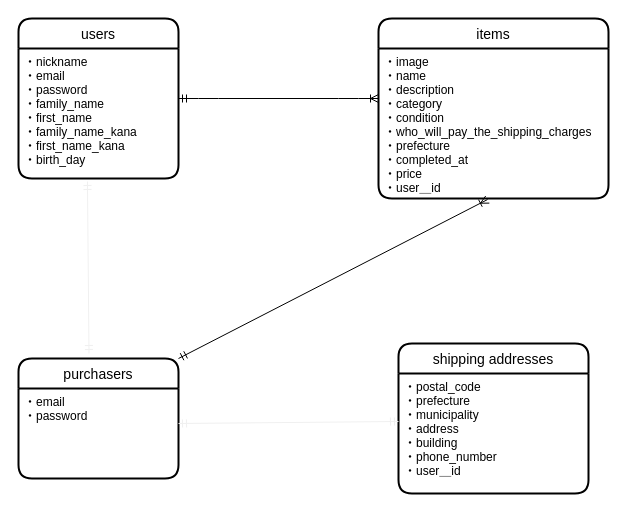
takuya20201003/furima-31519 keeps this draw.io diagram as app/views/furima-31519.dio. Above is the earlier version. Source tidied: cells renumbered, new cells numbered last; positions are measured from the earlier drawing's top-left corner, leaving out a move shared by most shapes. Both pictures are drawn from the tidied source at 100%, with x=0, y=0 at pixel (18, 18).
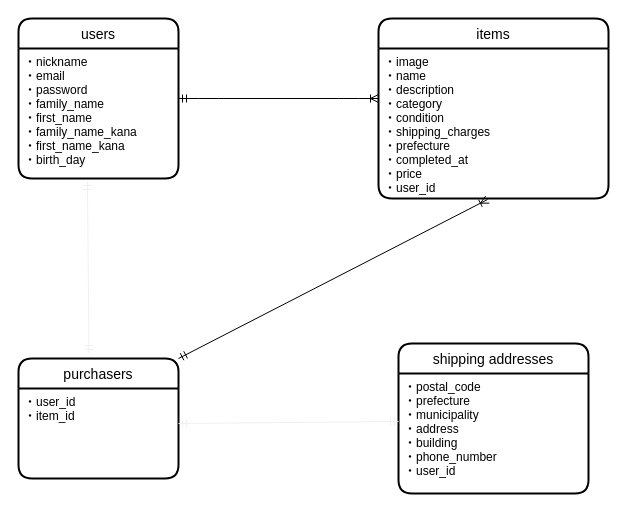
The same page after the edit.

Diff of the diagram source:
```diff
@@
 <mxGraphModel>
   <root>
     <mxCell id="0" />
     <mxCell id="1" parent="0" />
     <mxCell id="2" value="users" style="swimlane;horizontal=1;startSize=30;rounded=1;fontSize=14;fontStyle=0;strokeWidth=2;shadow=0;dashed=0;align=center;" parent="1" vertex="1">
       <mxGeometry width="160" height="160" as="geometry" />
     </mxCell>
     <mxCell id="3" value="・nickname&#10;・email&#10;・password&#10;・family_name&#10;・first_name&#10;・family_name_kana&#10;・first_name_kana&#10;・birth_day" style="align=left;strokeColor=none;fillColor=none;spacingLeft=4;fontSize=12;verticalAlign=top;" parent="2" vertex="1">
       <mxGeometry y="30" width="160" height="130" as="geometry" />
     </mxCell>
     <mxCell id="4" value="items" style="swimlane;horizontal=1;startSize=30;rounded=1;fontSize=14;fontStyle=0;strokeWidth=2;shadow=0;dashed=0;align=center;" parent="1" vertex="1">
       <mxGeometry x="360" width="230" height="180" as="geometry" />
     </mxCell>
-    <mxCell id="5" value="・image&#10;・name&#10;・description&#10;・category&#10;・condition&#10;・who_will_pay_the_shipping_charges&#10;・prefecture&#10;・completed_at&#10;・price&#10;・user＿id&#10;&#10;&#10;&#10;" style="align=left;strokeColor=none;fillColor=none;spacingLeft=4;fontSize=12;verticalAlign=top;" parent="4" vertex="1">
+    <mxCell id="5" value="・image&#10;・name&#10;・description&#10;・category&#10;・condition&#10;・shipping_charges&#10;・prefecture&#10;・completed_at&#10;・price&#10;・user_id&#10;&#10;&#10;&#10;" style="align=left;strokeColor=none;fillColor=none;spacingLeft=4;fontSize=12;verticalAlign=top;" parent="4" vertex="1">
       <mxGeometry y="30" width="230" height="150" as="geometry" />
     </mxCell>
     <mxCell id="6" value="shipping addresses" style="swimlane;horizontal=1;startSize=30;rounded=1;fontSize=14;fontStyle=0;strokeWidth=2;shadow=0;dashed=0;align=center;" parent="1" vertex="1">
       <mxGeometry x="380" y="325" width="190" height="150" as="geometry" />
     </mxCell>
-    <mxCell id="7" value="・postal_code&#10;・prefecture&#10;・municipality&#10;・address&#10;・building&#10;・phone_number&#10;・user＿id&#10;&#10;&#10;&#10;" style="align=left;strokeColor=none;fillColor=none;spacingLeft=4;fontSize=12;verticalAlign=top;" parent="6" vertex="1">
+    <mxCell id="7" value="・postal_code&#10;・prefecture&#10;・municipality&#10;・address&#10;・building&#10;・phone_number&#10;・user_id&#10;&#10;&#10;&#10;" style="align=left;strokeColor=none;fillColor=none;spacingLeft=4;fontSize=12;verticalAlign=top;" parent="6" vertex="1">
       <mxGeometry y="30" width="190" height="120" as="geometry" />
     </mxCell>
     <mxCell id="8" style="edgeStyle=entityRelationEdgeStyle;fontSize=12;html=1;endArrow=ERoneToMany;startArrow=ERmandOne;" parent="1" edge="1">
       <mxGeometry relative="1" as="geometry">
         <mxPoint x="160" y="80" as="sourcePoint" />
         <mxPoint x="360" y="80" as="targetPoint" />
       </mxGeometry>
     </mxCell>
     <mxCell id="9" value="purchasers" style="swimlane;horizontal=1;startSize=30;rounded=1;fontSize=14;fontStyle=0;strokeWidth=2;shadow=0;dashed=0;align=center;" parent="1" vertex="1">
       <mxGeometry y="340" width="160" height="120" as="geometry" />
     </mxCell>
-    <mxCell id="10" value="・email&#10;・password" style="align=left;strokeColor=none;fillColor=none;spacingLeft=4;fontSize=12;verticalAlign=top;whiteSpace=wrap;" parent="9" vertex="1">
+    <mxCell id="10" value="・user_id&#10;・item_id" style="align=left;strokeColor=none;fillColor=none;spacingLeft=4;fontSize=12;verticalAlign=top;whiteSpace=wrap;" parent="9" vertex="1">
       <mxGeometry y="30" width="160" height="90" as="geometry" />
     </mxCell>
     <mxCell id="11" style="fontSize=12;html=1;endArrow=ERmandOne;startArrow=ERmandOne;strokeColor=#f0f0f0;entryX=0.431;entryY=1.023;entryDx=0;entryDy=0;exitX=0.5;exitY=0;exitDx=0;exitDy=0;entryPerimeter=0;" parent="1" edge="1" target="3">
       <mxGeometry relative="1" as="geometry">
         <mxPoint x="70.5" y="335" as="sourcePoint" />
       </mxGeometry>
     </mxCell>
     <mxCell id="12" style="fontSize=12;html=1;endArrow=ERoneToMany;startArrow=ERmandOne;entryX=0.474;entryY=1.007;entryDx=0;entryDy=0;entryPerimeter=0;exitX=1;exitY=0;exitDx=0;exitDy=0;" parent="1" edge="1" source="9" target="5">
       <mxGeometry relative="1" as="geometry" />
     </mxCell>
     <mxCell id="13" style="fontSize=12;html=1;endArrow=ERmandOne;startArrow=ERmandOne;strokeColor=#f0f0f0;entryX=0;entryY=0.4;entryDx=0;entryDy=0;exitX=1;exitY=0.389;exitDx=0;exitDy=0;exitPerimeter=0;entryPerimeter=0;" parent="1" edge="1" source="10" target="7">
       <mxGeometry relative="1" as="geometry" />
     </mxCell>
   </root>
 </mxGraphModel>
```
